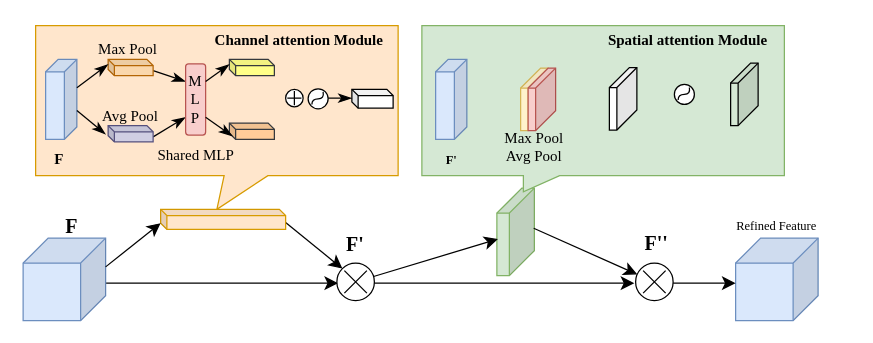
This is DrawIO_file/流程图/CBAM注意力机制.drawio from DingDongZz/typera_PicGO, a draw.io file, before an edit. Source tidied: cells renumbered, new cells numbered last; positions are measured from the earlier drawing's top-left corner, leaving out a move shared by most shapes. Both pictures are drawn from the tidied source at 125%, with x=0, y=0 at pixel (21, 21).
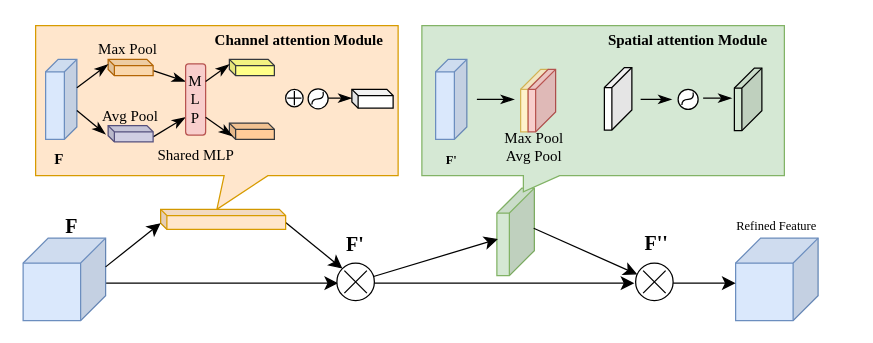
The same page after the edit.

Commit message (it also covers changes not shown here):
更新CBAM注意力机制.drawio

Unchanged cells that the change refers to:
```xml
<mxCell id="43" style="group;fontFamily=Times New Roman;labelBackgroundColor=none;" parent="1" vertex="1">
  <mxGeometry x="522" y="50" width="16" height="16" as="geometry" />
</mxCell>
```

Change to the diagram source:
```diff
@@
     <mxCell id="33" style="shape=cube;whiteSpace=wrap;html=1;boundedLbl=1;backgroundOutline=1;darkOpacity=0.05;darkOpacity2=0.1;size=16;flipV=0;flipH=1;fontFamily=Times New Roman;fillColor=none;labelBackgroundColor=none;" parent="1" vertex="1">
-      <mxGeometry x="567" y="33" width="22" height="50" as="geometry" />
+      <mxGeometry x="570" y="37" width="22" height="50" as="geometry" />
     </mxCell>
@@
     <mxCell id="35" style="shape=cube;whiteSpace=wrap;html=1;boundedLbl=1;backgroundOutline=1;darkOpacity=0.05;darkOpacity2=0.1;size=16;flipV=0;flipH=1;fontFamily=Times New Roman;labelBackgroundColor=none;" parent="1" vertex="1">
-      <mxGeometry x="470" y="36.5" width="22" height="50" as="geometry" />
+      <mxGeometry x="466" y="36.5" width="22" height="50" as="geometry" />
     </mxCell>
     <mxCell id="36" style="group;fontFamily=Times New Roman;labelBackgroundColor=none;" parent="1" vertex="1">
-      <mxGeometry x="399" y="37" width="28" height="50" as="geometry" />
+      <mxGeometry x="399" y="38" width="28" height="50" as="geometry" />
     </mxCell>
@@
+    <mxCell id="58" style="group;" parent="43" vertex="1">
+      <mxGeometry x="3" y="4" width="16" height="16" as="geometry" />
+    </mxCell>
-    <mxCell id="44" style="ellipse;whiteSpace=wrap;html=1;fontFamily=Times New Roman;labelBackgroundColor=none;" parent="43" vertex="1">
+    <mxCell id="44" style="ellipse;whiteSpace=wrap;html=1;fontFamily=Times New Roman;labelBackgroundColor=none;" parent="58" vertex="1">
       <mxGeometry width="16" height="16" as="geometry" />
     </mxCell>
-    <mxCell id="45" style="curved=1;endArrow=none;html=1;rounded=0;strokeColor=default;align=center;verticalAlign=middle;fontFamily=Times New Roman;fontSize=12;fontColor=default;labelBackgroundColor=none;edgeStyle=none;startSize=8;endSize=8;endFill=1;startFill=0;" parent="43" edge="1">
+    <mxCell id="45" style="curved=1;endArrow=none;html=1;rounded=0;strokeColor=default;align=center;verticalAlign=middle;fontFamily=Times New Roman;fontSize=12;fontColor=default;labelBackgroundColor=none;edgeStyle=none;startSize=8;endSize=8;endFill=1;startFill=0;" parent="58" edge="1">
       <mxGeometry relative="1" as="geometry">
         <mxPoint x="3" y="12.5" as="sourcePoint" />
         <mxPoint x="12" y="2.5" as="targetPoint" />
         <Array as="points">
           <mxPoint x="3" y="8" />
           <mxPoint x="13" y="8" />
         </Array>
       </mxGeometry>
     </mxCell>
@@
+    <mxCell id="59" style="edgeStyle=none;shape=connector;curved=1;rounded=0;orthogonalLoop=1;jettySize=auto;html=1;entryX=0;entryY=0;entryDx=0;entryDy=10;entryPerimeter=0;strokeColor=default;align=center;verticalAlign=middle;fontFamily=Times New Roman;fontSize=12;fontColor=default;labelBackgroundColor=none;startSize=8;endArrow=classicThin;endFill=1;endSize=8;" parent="1" edge="1">
+      <mxGeometry relative="1" as="geometry">
+        <mxPoint x="364" y="62" as="sourcePoint" />
+        <mxPoint x="394" y="62" as="targetPoint" />
+      </mxGeometry>
+    </mxCell>
+    <mxCell id="60" style="edgeStyle=none;shape=connector;curved=1;rounded=0;orthogonalLoop=1;jettySize=auto;html=1;entryX=0;entryY=0;entryDx=0;entryDy=10;entryPerimeter=0;strokeColor=default;align=center;verticalAlign=middle;fontFamily=Times New Roman;fontSize=12;fontColor=default;labelBackgroundColor=none;startSize=8;endArrow=classicThin;endFill=1;endSize=8;" parent="1" edge="1">
+      <mxGeometry relative="1" as="geometry">
+        <mxPoint x="495" y="62" as="sourcePoint" />
+        <mxPoint x="520" y="62" as="targetPoint" />
+      </mxGeometry>
+    </mxCell>
+    <mxCell id="61" style="edgeStyle=none;shape=connector;curved=1;rounded=0;orthogonalLoop=1;jettySize=auto;html=1;entryX=0;entryY=0;entryDx=0;entryDy=10;entryPerimeter=0;strokeColor=default;align=center;verticalAlign=middle;fontFamily=Times New Roman;fontSize=12;fontColor=default;labelBackgroundColor=none;startSize=8;endArrow=classicThin;endFill=1;endSize=8;" parent="1" edge="1">
+      <mxGeometry relative="1" as="geometry">
+        <mxPoint x="545" y="61" as="sourcePoint" />
+        <mxPoint x="568" y="61" as="targetPoint" />
+      </mxGeometry>
+    </mxCell>
```
